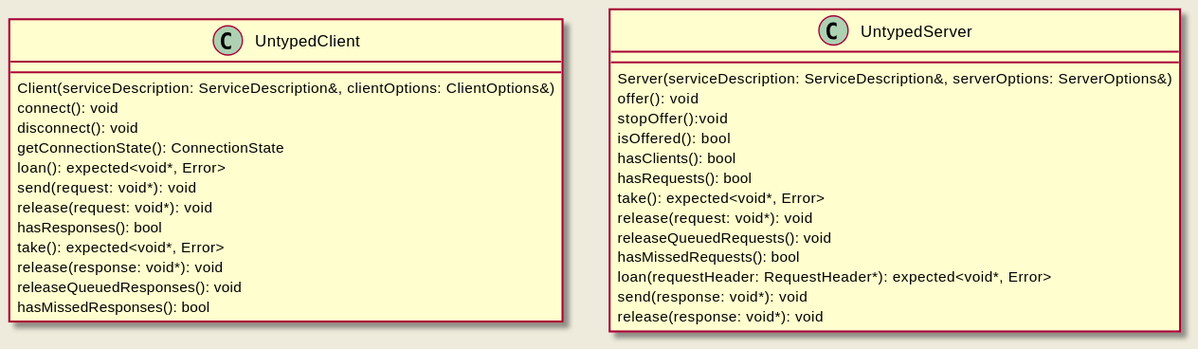
Earlier version of the PlantUML export doc/design/diagrams/request_response/untyped_api.svg (eclipse-iceoryx/iceoryx). Its source is kept beside it as doc/design/diagrams/request_response/untyped_api.puml.
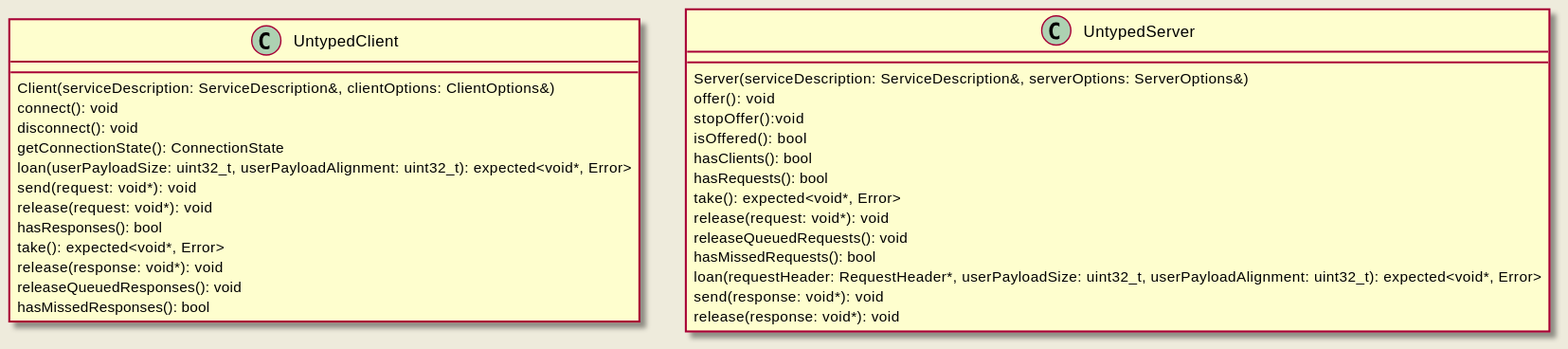
Above is the later version.

Commit message:
iox-#27 Refine untyped API

Change to the diagram source:
```diff
@@ -6,7 +6,7 @@
   connect(): void
   disconnect(): void
   getConnectionState(): ConnectionState
-  loan(): expected<void*, Error>
+  loan(userPayloadSize: uint32_t, userPayloadAlignment: uint32_t): expected<void*, Error>
   send(request: void*): void
   release(request: void*): void
   hasResponses(): bool
@@ -27,7 +27,7 @@
   release(request: void*): void
   releaseQueuedRequests(): void
   hasMissedRequests(): bool
-  loan(requestHeader: RequestHeader*): expected<void*, Error>
+  loan(requestHeader: RequestHeader*, userPayloadSize: uint32_t, userPayloadAlignment: uint32_t): expected<void*, Error>
   send(response: void*): void
   release(response: void*): void
 }
```
